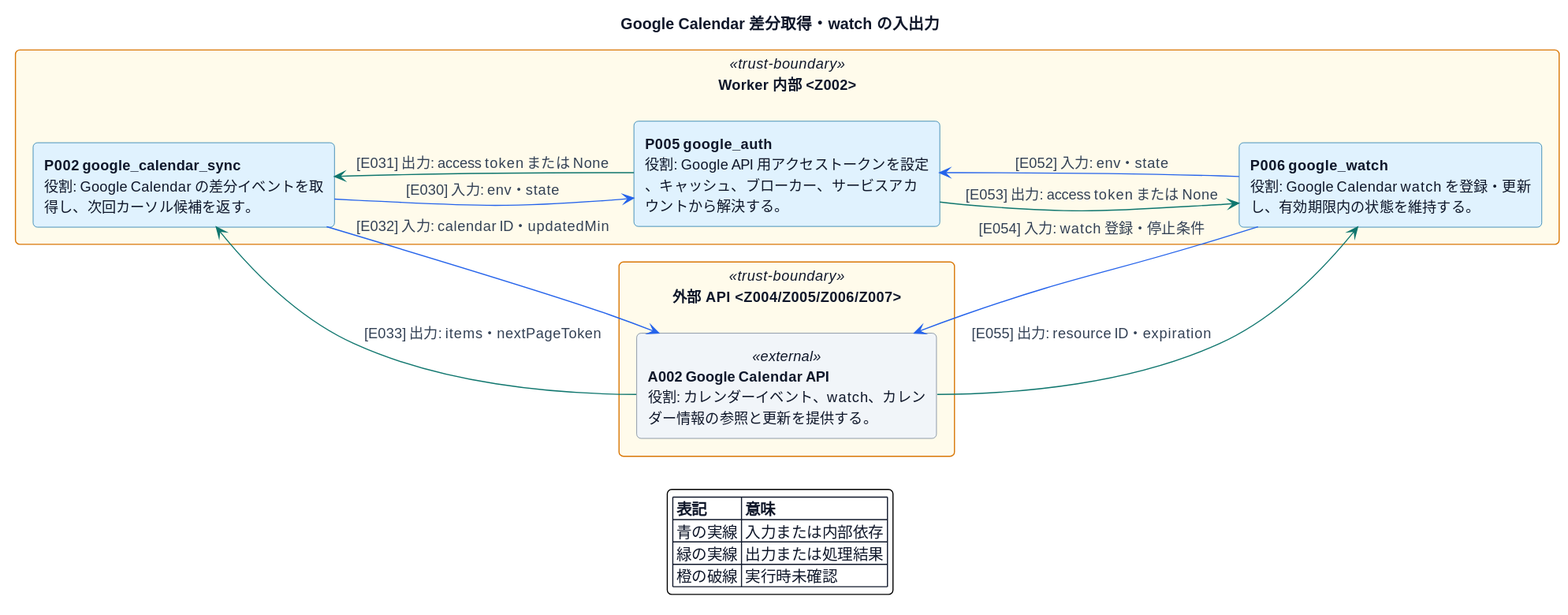
Above: docs/architecture/plantuml/rendered/apis/google-calendar.svg in ichipiro/IE_Event_Bot (PlantUML), before the change.
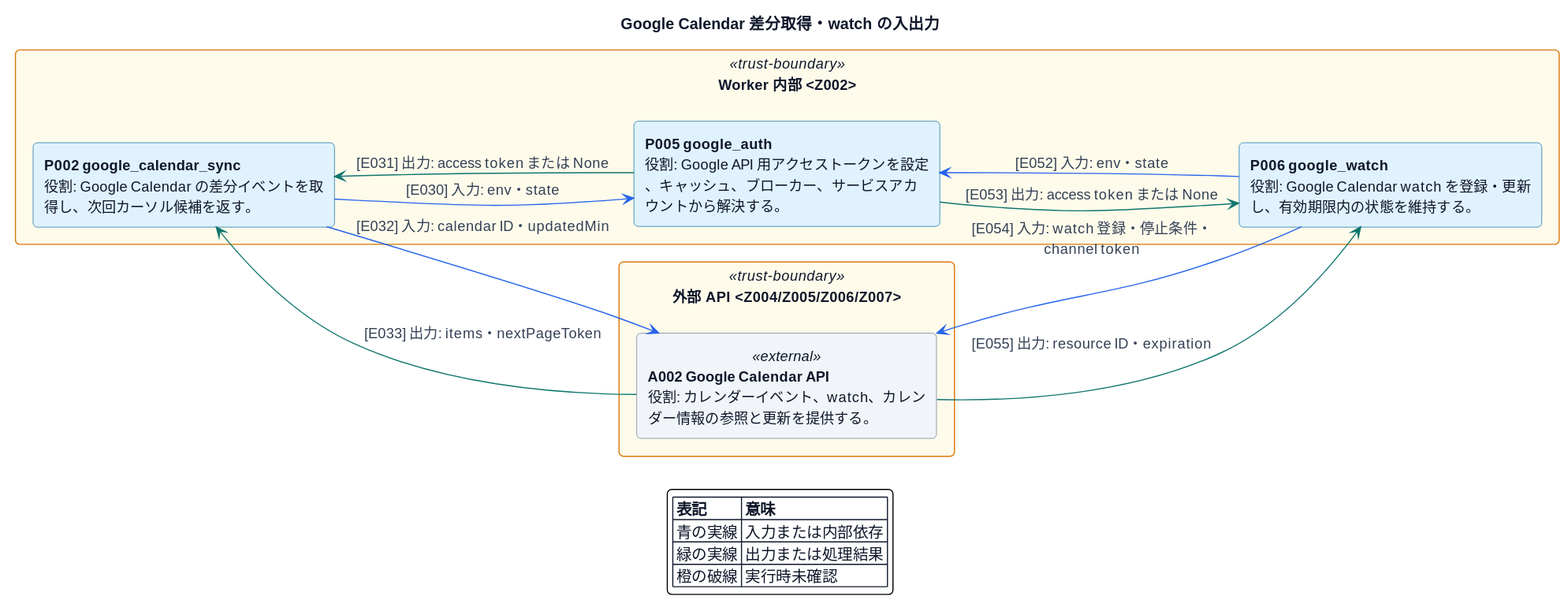
After the commit.

Change to the diagram source:
```diff
@@ -17,7 +17,7 @@
 A002 -[#0F766E]-> P002 : [E033] 出力: items・nextPageToken
 P006 -[#2563EB]-> P005 : [E052] 入力: env・state
 P005 -[#0F766E]-> P006 : [E053] 出力: access token または None
-P006 -[#2563EB]-> A002 : [E054] 入力: watch 登録・停止条件
+P006 -[#2563EB]-> A002 : [E054] 入力: watch 登録・停止条件・channel token
 A002 -[#0F766E]-> P006 : [E055] 出力: resource ID・expiration
 legend bottom
   |= 表記 |= 意味 |
```
